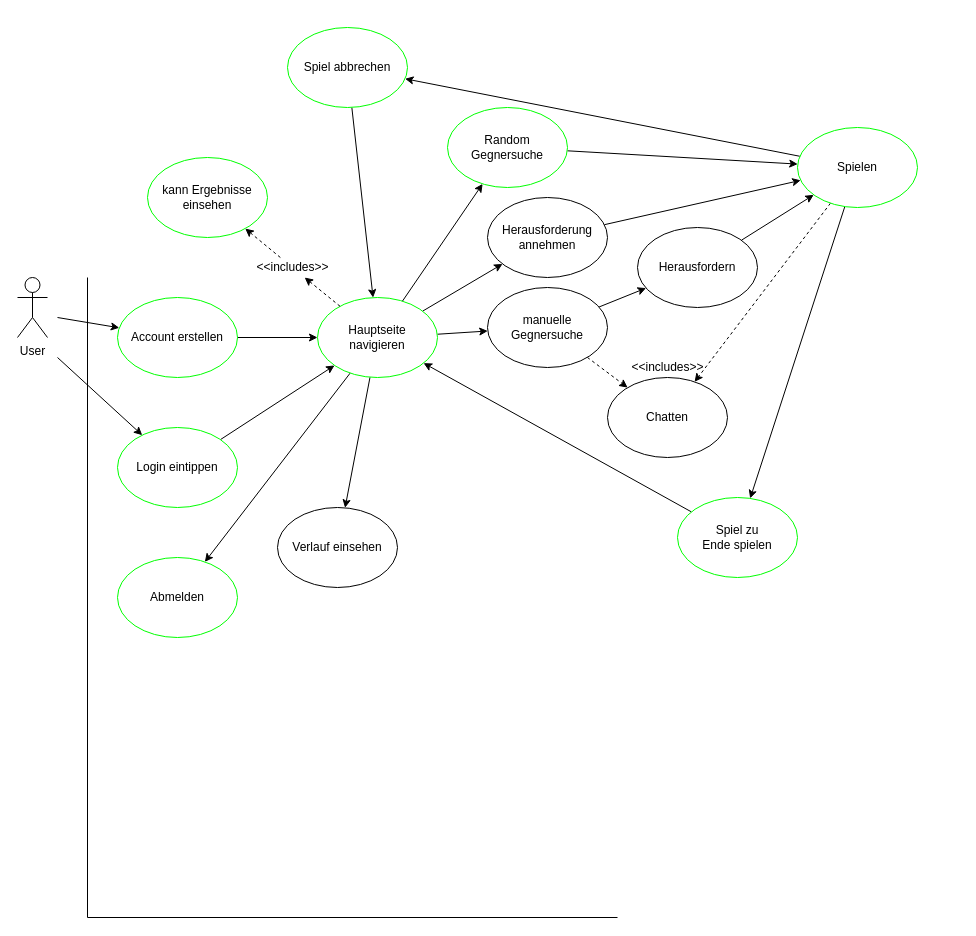
Before: page "Use Case Krass" (3 of 3) of Konzepte.drawio in ChroniclesOfTheRedeemed/VierGewinntLernFeld12, a draw.io diagram. Source tidied: cells renumbered, new cells numbered last; positions are measured from the earlier drawing's top-left corner, leaving out a move shared by most shapes. Both pictures are drawn from the tidied source at 100%, with x=0, y=0 at pixel (17, 27).
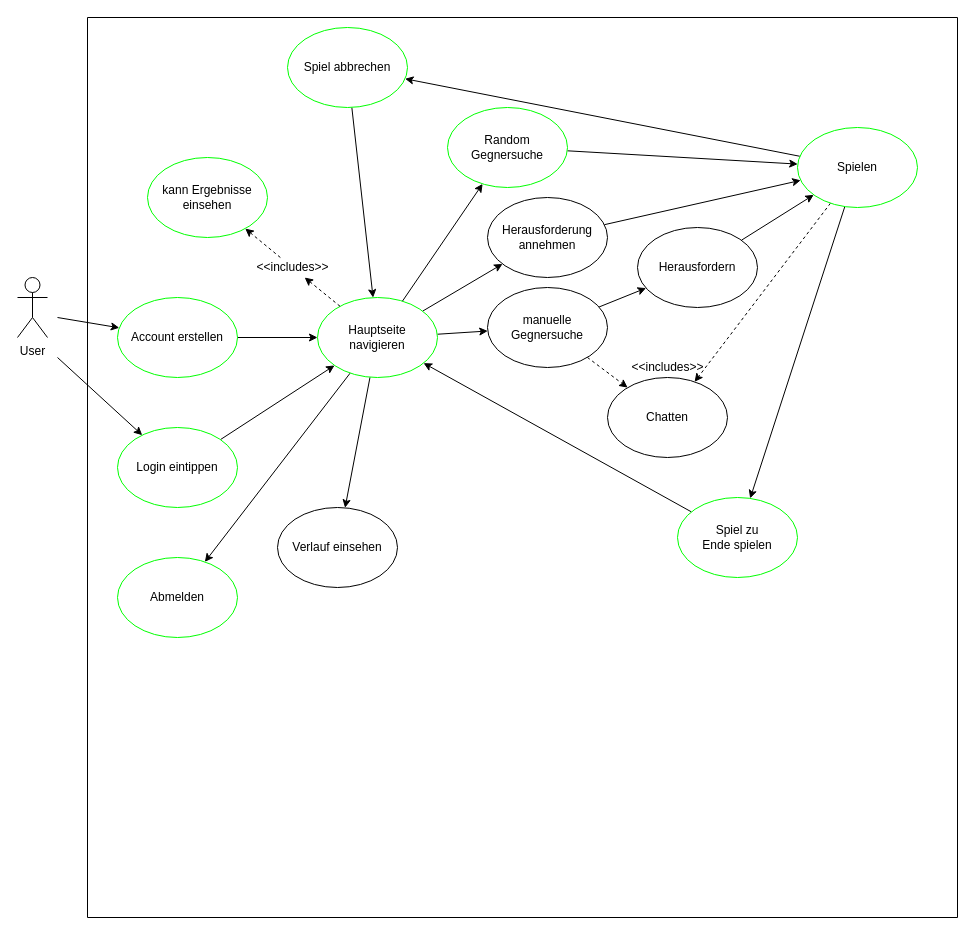
Above is the later version.

Change to the diagram source:
```diff
@@
     <mxCell id="3" style="endArrow=none;html=1;rounded=0;" parent="1" edge="1">
       <mxGeometry relative="1" as="geometry">
         <mxPoint x="70" y="890" as="sourcePoint" />
-        <mxPoint x="70" y="250" as="targetPoint" />
+        <mxPoint x="70" y="-10" as="targetPoint" />
       </mxGeometry>
     </mxCell>
@@
     <mxCell id="9" style="endArrow=none;html=1;rounded=0;" parent="1" edge="1">
       <mxGeometry relative="1" as="geometry">
         <mxPoint x="70" y="890" as="sourcePoint" />
-        <mxPoint x="600" y="890" as="targetPoint" />
+        <mxPoint x="940" y="890" as="targetPoint" />
       </mxGeometry>
     </mxCell>
@@
+    <mxCell id="42" style="endArrow=none;html=1;rounded=0;" parent="1" edge="1">
+      <mxGeometry relative="1" as="geometry">
+        <mxPoint x="70" y="-10" as="sourcePoint" />
+        <mxPoint x="940" y="-10" as="targetPoint" />
+      </mxGeometry>
+    </mxCell>
+    <mxCell id="43" style="endArrow=none;html=1;rounded=0;" parent="1" edge="1">
+      <mxGeometry relative="1" as="geometry">
+        <mxPoint x="940" y="890" as="sourcePoint" />
+        <mxPoint x="940" y="-10" as="targetPoint" />
+      </mxGeometry>
+    </mxCell>
```
